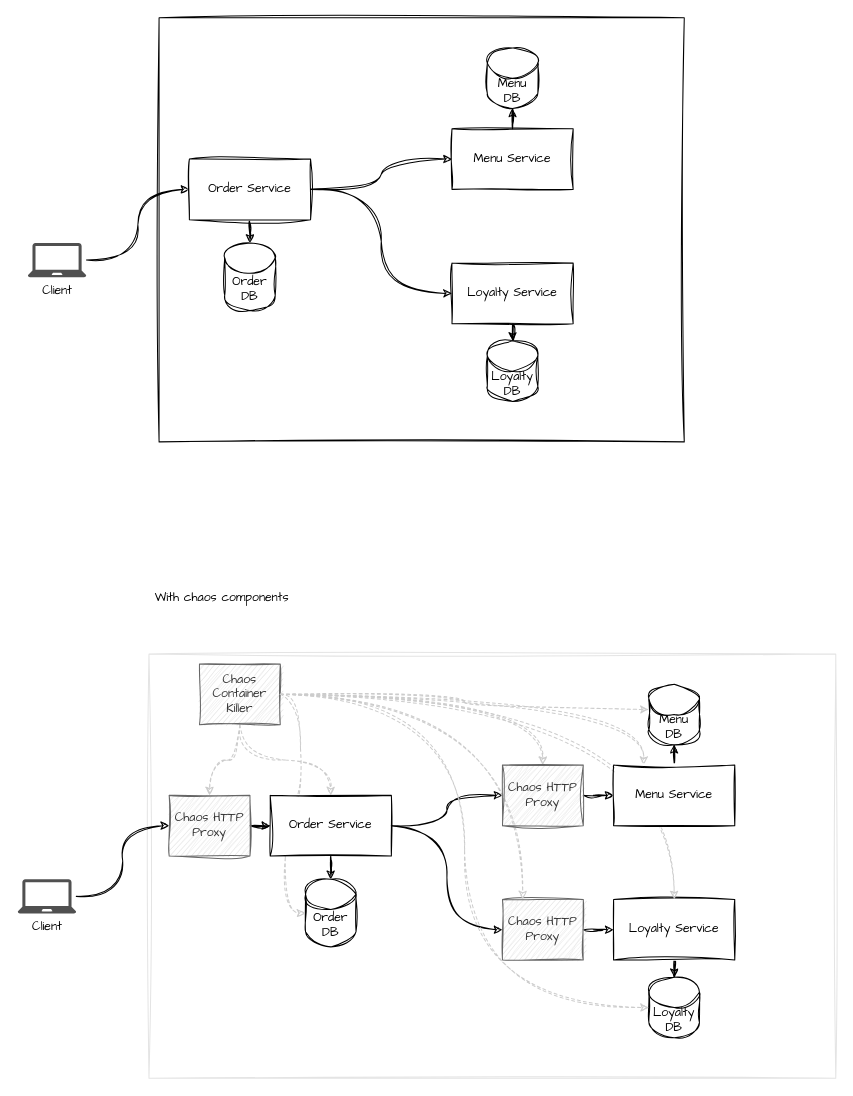
Above: diagrams/high-level-architecture.drawio in joaofbantunes/chaos-workshop-wip (draw.io), before the change. Source tidied: cells renumbered, new cells numbered last; positions are measured from the earlier drawing's top-left corner, leaving out a move shared by most shapes. Both pictures are drawn from the tidied source at 101%, with x=0, y=0 at pixel (17, 17).
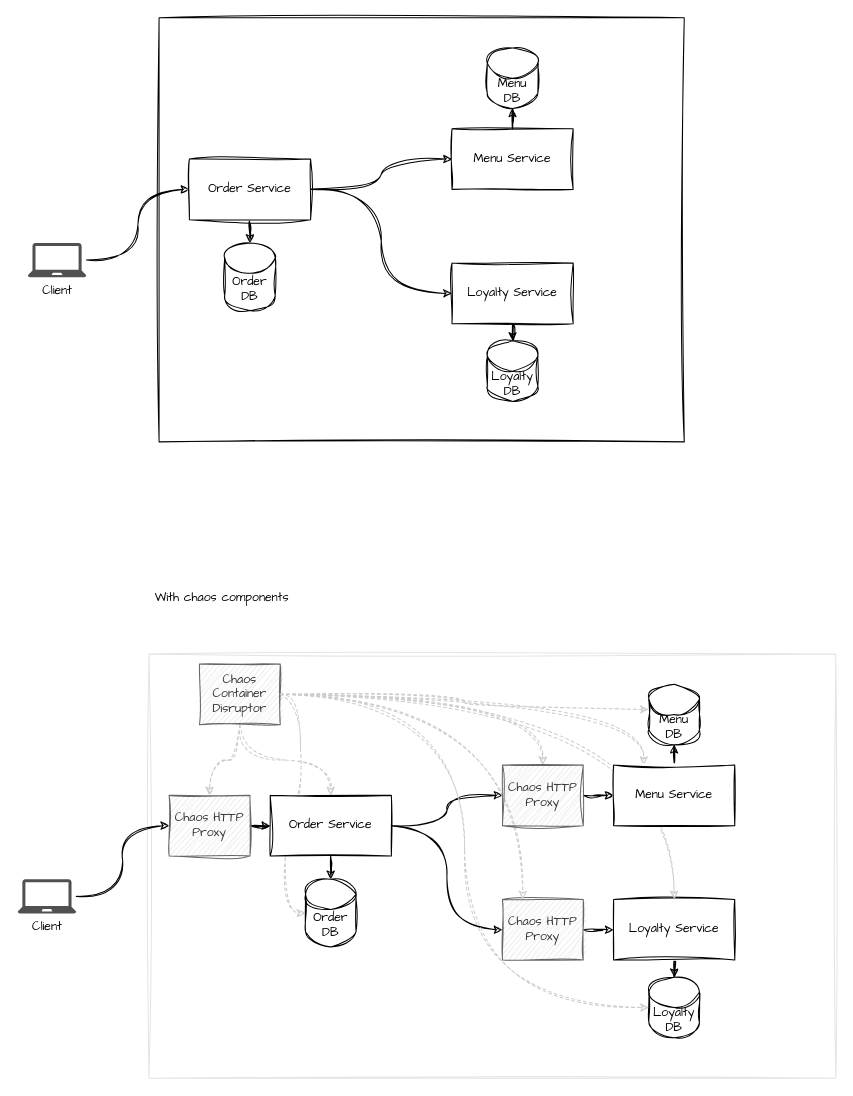
After the change.

Commit message (it also covers changes not shown here):
fix name in diagram

The edit, as a diff of the source:
```diff
@@
-    <mxCell id="40" value="Chaos Container Killer" style="rounded=0;whiteSpace=wrap;html=1;sketch=1;jiggle=2;curveFitting=1;strokeColor=#666666;align=center;verticalAlign=middle;fontFamily=Comic Sans MS;fontSize=12;fontColor=#333333;labelBackgroundColor=none;fillColor=#E4E4E4;" parent="1" vertex="1">
+    <mxCell id="40" value="Chaos Container Disruptor" style="rounded=0;whiteSpace=wrap;html=1;sketch=1;jiggle=2;curveFitting=1;strokeColor=#666666;align=center;verticalAlign=middle;fontFamily=Comic Sans MS;fontSize=12;fontColor=#333333;labelBackgroundColor=none;fillColor=#E4E4E4;" parent="1" vertex="1">
       <mxGeometry x="180" y="640" width="80" height="60" as="geometry" />
     </mxCell>
```
